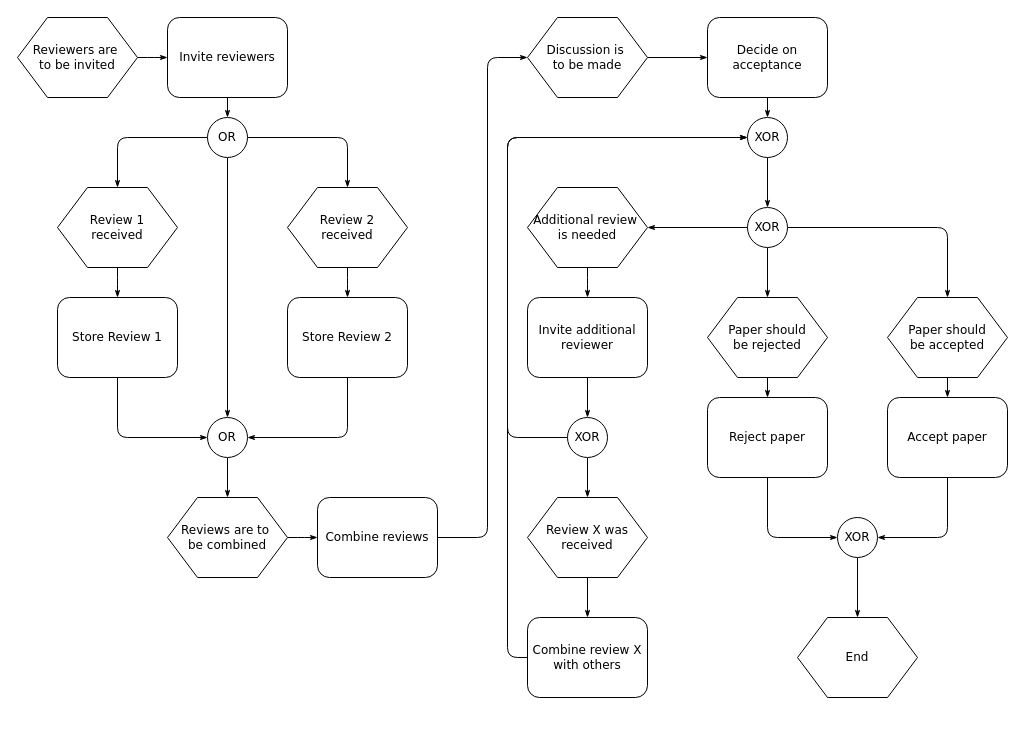
Above: 未命名绘图.drawio in CJH254/automatic-winner (draw.io), before the change. Source tidied: cells renumbered, new cells numbered last; positions are measured from the earlier drawing's top-left corner, leaving out a move shared by most shapes. Both pictures are drawn from the tidied source at 100%, with x=0, y=0 at pixel (17, 17).
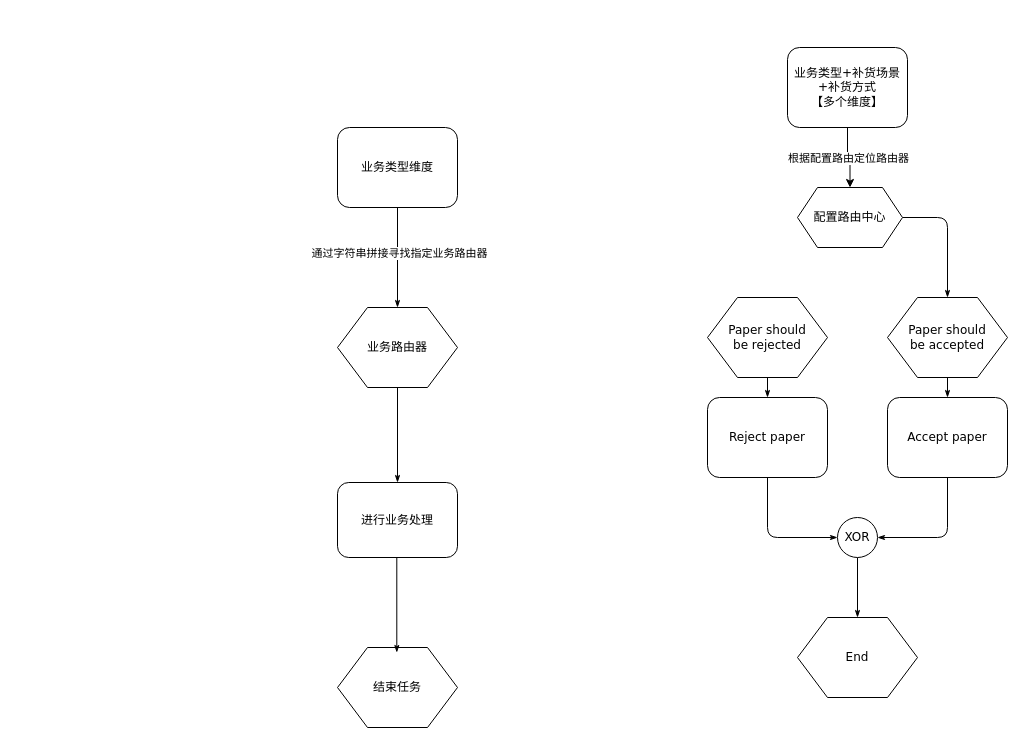
The same page after the edit.

Commit message:
更新未命名绘图.drawio

The change refers to these unchanged cells:
```xml
<mxCell id="39" value="Paper should&lt;div&gt;be rejected&lt;/div&gt;" style="shape=hexagon;perimeter=hexagonPerimeter;whiteSpace=wrap;html=1;rounded=0;shadow=0;labelBackgroundColor=none;strokeWidth=1;fontFamily=Verdana;fontSize=12;align=center;" parent="1" vertex="1">
  <mxGeometry x="690" y="280" width="120" height="80" as="geometry" />
</mxCell>
<mxCell id="41" value="Paper should&lt;div&gt;be accepted&lt;/div&gt;" style="shape=hexagon;perimeter=hexagonPerimeter;whiteSpace=wrap;html=1;rounded=0;shadow=0;labelBackgroundColor=none;strokeWidth=1;fontFamily=Verdana;fontSize=12;align=center;" parent="1" vertex="1">
  <mxGeometry x="870" y="280" width="120" height="80" as="geometry" />
</mxCell>
```

Change to the diagram source:
```diff
@@
-    <mxCell id="2" style="edgeStyle=orthogonalEdgeStyle;rounded=1;html=1;labelBackgroundColor=none;startArrow=none;startFill=0;startSize=5;endArrow=classicThin;endFill=1;endSize=5;jettySize=auto;strokeWidth=1;fontFamily=Verdana;fontSize=8;" parent="1" edge="1" source="3" target="5">
-      <mxGeometry relative="1" as="geometry" />
-    </mxCell>
-    <mxCell id="3" value="Reviewers are&amp;nbsp;&lt;div&gt;to&amp;nbsp;&lt;span&gt;be invited&lt;/span&gt;&lt;/div&gt;" style="shape=hexagon;perimeter=hexagonPerimeter;whiteSpace=wrap;html=1;rounded=0;shadow=0;labelBackgroundColor=none;strokeWidth=1;fontFamily=Verdana;fontSize=12;align=center;" parent="1" vertex="1">
-      <mxGeometry width="120" height="80" as="geometry" />
-    </mxCell>
-    <mxCell id="4" style="edgeStyle=orthogonalEdgeStyle;rounded=1;html=1;labelBackgroundColor=none;startArrow=none;startFill=0;startSize=5;endArrow=classicThin;endFill=1;endSize=5;jettySize=auto;strokeWidth=1;fontFamily=Verdana;fontSize=8;" parent="1" edge="1" source="5" target="9">
+    <mxCell id="4" style="edgeStyle=orthogonalEdgeStyle;rounded=1;html=1;labelBackgroundColor=none;startArrow=none;startFill=0;startSize=5;endArrow=classicThin;endFill=1;endSize=5;jettySize=auto;strokeWidth=1;fontFamily=Verdana;fontSize=8;entryX=0.5;entryY=0;entryDx=0;entryDy=0;" parent="1" edge="1" source="5" target="13">
       <mxGeometry relative="1" as="geometry" />
     </mxCell>
+    <mxCell id="56" value="通过字符串拼接寻找指定业务路由器" style="edgeLabel;html=1;align=center;verticalAlign=middle;" parent="4" vertex="1">
+      <mxGeometry x="-0.13" y="1" relative="1" as="geometry">
+        <mxPoint y="1" as="offset" />
+      </mxGeometry>
+    </mxCell>
-    <mxCell id="5" value="Invite reviewers" style="rounded=1;whiteSpace=wrap;html=1;shadow=0;labelBackgroundColor=none;strokeWidth=1;fontFamily=Verdana;fontSize=12;align=center;" parent="1" vertex="1">
-      <mxGeometry x="150" width="120" height="80" as="geometry" />
+    <mxCell id="5" value="业务类型维度" style="rounded=1;whiteSpace=wrap;html=1;shadow=0;labelBackgroundColor=none;strokeWidth=1;fontFamily=Verdana;fontSize=12;align=center;" parent="1" vertex="1">
+      <mxGeometry x="320" y="110" width="120" height="80" as="geometry" />
     </mxCell>
-    <mxCell id="6" style="edgeStyle=orthogonalEdgeStyle;rounded=1;html=1;labelBackgroundColor=none;startArrow=none;startFill=0;startSize=5;endArrow=classicThin;endFill=1;endSize=5;jettySize=auto;strokeWidth=1;fontFamily=Verdana;fontSize=8;" parent="1" edge="1" source="9" target="13">
-      <mxGeometry relative="1" as="geometry" />
-    </mxCell>
-    <mxCell id="7" style="edgeStyle=orthogonalEdgeStyle;rounded=1;html=1;labelBackgroundColor=none;startArrow=none;startFill=0;startSize=5;endArrow=classicThin;endFill=1;endSize=5;jettySize=auto;strokeWidth=1;fontFamily=Verdana;fontSize=8;" parent="1" edge="1" source="9" target="11">
-      <mxGeometry relative="1" as="geometry" />
-    </mxCell>
-    <mxCell id="8" style="edgeStyle=orthogonalEdgeStyle;rounded=1;html=1;labelBackgroundColor=none;startArrow=none;startFill=0;startSize=5;endArrow=classicThin;endFill=1;endSize=5;jettySize=auto;strokeWidth=1;fontFamily=Verdana;fontSize=12;" parent="1" edge="1" source="9" target="19">
-      <mxGeometry relative="1" as="geometry" />
-    </mxCell>
-    <mxCell id="9" value="OR" style="ellipse;whiteSpace=wrap;html=1;rounded=1;shadow=0;labelBackgroundColor=none;strokeWidth=1;fontFamily=Verdana;fontSize=12;align=center;" parent="1" vertex="1">
-      <mxGeometry x="190" y="100" width="40" height="40" as="geometry" />
-    </mxCell>
-    <mxCell id="10" style="edgeStyle=orthogonalEdgeStyle;rounded=1;html=1;labelBackgroundColor=none;startArrow=none;startFill=0;startSize=5;endArrow=classicThin;endFill=1;endSize=5;jettySize=auto;strokeWidth=1;fontFamily=Verdana;fontSize=8;" parent="1" edge="1" source="11" target="15">
-      <mxGeometry relative="1" as="geometry" />
-    </mxCell>
-    <mxCell id="11" value="Review 1&lt;div&gt;received&lt;/div&gt;" style="shape=hexagon;perimeter=hexagonPerimeter;whiteSpace=wrap;html=1;rounded=0;shadow=0;labelBackgroundColor=none;strokeWidth=1;fontFamily=Verdana;fontSize=12;align=center;" parent="1" vertex="1">
-      <mxGeometry x="40" y="170" width="120" height="80" as="geometry" />
-    </mxCell>
@@
-    <mxCell id="13" value="Review 2&lt;div&gt;received&lt;/div&gt;" style="shape=hexagon;perimeter=hexagonPerimeter;whiteSpace=wrap;html=1;rounded=0;shadow=0;labelBackgroundColor=none;strokeWidth=1;fontFamily=Verdana;fontSize=12;align=center;" parent="1" vertex="1">
-      <mxGeometry x="270" y="170" width="120" height="80" as="geometry" />
+    <mxCell id="13" value="业务路由器" style="shape=hexagon;perimeter=hexagonPerimeter;whiteSpace=wrap;html=1;rounded=0;shadow=0;labelBackgroundColor=none;strokeWidth=1;fontFamily=Verdana;fontSize=12;align=center;" parent="1" vertex="1">
+      <mxGeometry x="320" y="290" width="120" height="80" as="geometry" />
     </mxCell>
-    <mxCell id="14" style="edgeStyle=orthogonalEdgeStyle;rounded=1;html=1;labelBackgroundColor=none;startArrow=none;startFill=0;startSize=5;endArrow=classicThin;endFill=1;endSize=5;jettySize=auto;strokeWidth=1;fontFamily=Verdana;fontSize=8;" parent="1" edge="1" source="15" target="19">
-      <mxGeometry relative="1" as="geometry">
-        <Array as="points">
-          <mxPoint x="100" y="420" />
-        </Array>
-      </mxGeometry>
-    </mxCell>
-    <mxCell id="15" value="Store Review 1" style="rounded=1;whiteSpace=wrap;html=1;shadow=0;labelBackgroundColor=none;strokeWidth=1;fontFamily=Verdana;fontSize=12;align=center;" parent="1" vertex="1">
-      <mxGeometry x="40" y="280" width="120" height="80" as="geometry" />
-    </mxCell>
-    <mxCell id="16" style="edgeStyle=orthogonalEdgeStyle;rounded=1;html=1;labelBackgroundColor=none;startArrow=none;startFill=0;startSize=5;endArrow=classicThin;endFill=1;endSize=5;jettySize=auto;strokeWidth=1;fontFamily=Verdana;fontSize=8;" parent="1" edge="1" source="17" target="19">
-      <mxGeometry relative="1" as="geometry">
-        <Array as="points">
-          <mxPoint x="330" y="420" />
-        </Array>
-      </mxGeometry>
-    </mxCell>
-    <mxCell id="17" value="Store Review 2" style="rounded=1;whiteSpace=wrap;html=1;shadow=0;labelBackgroundColor=none;strokeWidth=1;fontFamily=Verdana;fontSize=12;align=center;" parent="1" vertex="1">
-      <mxGeometry x="270" y="280" width="120" height="80" as="geometry" />
+    <mxCell id="17" value="进行业务处理" style="rounded=1;whiteSpace=wrap;html=1;shadow=0;labelBackgroundColor=none;strokeWidth=1;fontFamily=Verdana;fontSize=12;align=center;" parent="1" vertex="1">
+      <mxGeometry x="320" y="465" width="120" height="75" as="geometry" />
     </mxCell>
-    <mxCell id="18" style="edgeStyle=orthogonalEdgeStyle;rounded=1;html=1;labelBackgroundColor=none;startArrow=none;startFill=0;startSize=5;endArrow=classicThin;endFill=1;endSize=5;jettySize=auto;strokeWidth=1;fontFamily=Verdana;fontSize=8;" parent="1" edge="1" source="19" target="21">
-      <mxGeometry relative="1" as="geometry" />
-    </mxCell>
-    <mxCell id="19" value="OR" style="ellipse;whiteSpace=wrap;html=1;rounded=1;shadow=0;labelBackgroundColor=none;strokeWidth=1;fontFamily=Verdana;fontSize=12;align=center;" parent="1" vertex="1">
-      <mxGeometry x="190" y="400" width="40" height="40" as="geometry" />
-    </mxCell>
-    <mxCell id="20" style="edgeStyle=orthogonalEdgeStyle;rounded=1;html=1;labelBackgroundColor=none;startArrow=none;startFill=0;startSize=5;endArrow=classicThin;endFill=1;endSize=5;jettySize=auto;strokeWidth=1;fontFamily=Verdana;fontSize=8;" parent="1" edge="1" source="21" target="23">
-      <mxGeometry relative="1" as="geometry" />
-    </mxCell>
-    <mxCell id="21" value="Reviews are to&amp;nbsp;&lt;div&gt;be combined&lt;/div&gt;" style="shape=hexagon;perimeter=hexagonPerimeter;whiteSpace=wrap;html=1;rounded=0;shadow=0;labelBackgroundColor=none;strokeWidth=1;fontFamily=Verdana;fontSize=12;align=center;" parent="1" vertex="1">
-      <mxGeometry x="150" y="480" width="120" height="80" as="geometry" />
+    <mxCell id="21" value="结束任务" style="shape=hexagon;perimeter=hexagonPerimeter;whiteSpace=wrap;html=1;rounded=0;shadow=0;labelBackgroundColor=none;strokeWidth=1;fontFamily=Verdana;fontSize=12;align=center;" parent="1" vertex="1">
+      <mxGeometry x="320" y="630" width="120" height="80" as="geometry" />
     </mxCell>
-    <mxCell id="22" style="edgeStyle=orthogonalEdgeStyle;rounded=1;html=1;labelBackgroundColor=none;startArrow=none;startFill=0;startSize=5;endArrow=classicThin;endFill=1;endSize=5;jettySize=auto;strokeWidth=1;fontFamily=Verdana;fontSize=8;" parent="1" edge="1" source="23" target="25">
-      <mxGeometry relative="1" as="geometry">
-        <Array as="points">
-          <mxPoint x="470" y="520" />
-          <mxPoint x="470" y="40" />
-        </Array>
-      </mxGeometry>
-    </mxCell>
-    <mxCell id="23" value="Combine reviews" style="rounded=1;whiteSpace=wrap;html=1;shadow=0;labelBackgroundColor=none;strokeWidth=1;fontFamily=Verdana;fontSize=12;align=center;" parent="1" vertex="1">
-      <mxGeometry x="300" y="480" width="120" height="80" as="geometry" />
-    </mxCell>
-    <mxCell id="24" style="edgeStyle=orthogonalEdgeStyle;rounded=1;html=1;labelBackgroundColor=none;startArrow=none;startFill=0;startSize=5;endArrow=classicThin;endFill=1;endSize=5;jettySize=auto;strokeWidth=1;fontFamily=Verdana;fontSize=8;" parent="1" edge="1" source="25" target="27">
-      <mxGeometry relative="1" as="geometry" />
-    </mxCell>
-    <mxCell id="25" value="Discussion is&amp;nbsp;&lt;div&gt;to be made&lt;/div&gt;" style="shape=hexagon;perimeter=hexagonPerimeter;whiteSpace=wrap;html=1;rounded=0;shadow=0;labelBackgroundColor=none;strokeWidth=1;fontFamily=Verdana;fontSize=12;align=center;" parent="1" vertex="1">
-      <mxGeometry x="510" width="120" height="80" as="geometry" />
-    </mxCell>
-    <mxCell id="26" style="edgeStyle=orthogonalEdgeStyle;rounded=1;html=1;labelBackgroundColor=none;startArrow=none;startFill=0;startSize=5;endArrow=classicThin;endFill=1;endSize=5;jettySize=auto;strokeWidth=1;fontFamily=Verdana;fontSize=8;" parent="1" edge="1" source="27" target="29">
-      <mxGeometry relative="1" as="geometry" />
-    </mxCell>
-    <mxCell id="27" value="Decide on acceptance" style="rounded=1;whiteSpace=wrap;html=1;shadow=0;labelBackgroundColor=none;strokeWidth=1;fontFamily=Verdana;fontSize=12;align=center;" parent="1" vertex="1">
-      <mxGeometry x="690" width="120" height="80" as="geometry" />
-    </mxCell>
-    <mxCell id="28" style="edgeStyle=orthogonalEdgeStyle;rounded=1;html=1;labelBackgroundColor=none;startArrow=none;startFill=0;startSize=5;endArrow=classicThin;endFill=1;endSize=5;jettySize=auto;strokeColor=#000000;strokeWidth=1;fontFamily=Verdana;fontSize=8;fontColor=#000000;" parent="1" edge="1" source="29" target="35">
-      <mxGeometry relative="1" as="geometry" />
-    </mxCell>
-    <mxCell id="29" value="XOR" style="ellipse;whiteSpace=wrap;html=1;rounded=1;shadow=0;labelBackgroundColor=none;strokeWidth=1;fontFamily=Verdana;fontSize=12;align=center;" parent="1" vertex="1">
-      <mxGeometry x="730" y="100" width="40" height="40" as="geometry" />
-    </mxCell>
-    <mxCell id="30" style="edgeStyle=orthogonalEdgeStyle;rounded=1;html=1;labelBackgroundColor=none;startArrow=none;startFill=0;startSize=5;endArrow=classicThin;endFill=1;endSize=5;jettySize=auto;strokeWidth=1;fontFamily=Verdana;fontSize=8;" parent="1" edge="1" source="31" target="37">
-      <mxGeometry relative="1" as="geometry" />
-    </mxCell>
-    <mxCell id="31" value="Additional review&amp;nbsp;&lt;div&gt;is needed&lt;/div&gt;" style="shape=hexagon;perimeter=hexagonPerimeter;whiteSpace=wrap;html=1;rounded=0;shadow=0;labelBackgroundColor=none;strokeWidth=1;fontFamily=Verdana;fontSize=12;align=center;" parent="1" vertex="1">
-      <mxGeometry x="510" y="170" width="120" height="80" as="geometry" />
-    </mxCell>
-    <mxCell id="32" style="edgeStyle=orthogonalEdgeStyle;rounded=1;html=1;labelBackgroundColor=none;startArrow=none;startFill=0;startSize=5;endArrow=classicThin;endFill=1;endSize=5;jettySize=auto;strokeColor=#000000;strokeWidth=1;fontFamily=Verdana;fontSize=8;fontColor=#000000;" parent="1" edge="1" source="35" target="39">
-      <mxGeometry relative="1" as="geometry" />
-    </mxCell>
-    <mxCell id="33" style="edgeStyle=orthogonalEdgeStyle;rounded=1;html=1;labelBackgroundColor=none;startArrow=none;startFill=0;startSize=5;endArrow=classicThin;endFill=1;endSize=5;jettySize=auto;strokeColor=#000000;strokeWidth=1;fontFamily=Verdana;fontSize=8;fontColor=#000000;" parent="1" edge="1" source="35" target="41">
-      <mxGeometry relative="1" as="geometry" />
+    <mxCell id="33" style="edgeStyle=orthogonalEdgeStyle;rounded=1;html=1;labelBackgroundColor=none;startArrow=none;startFill=0;startSize=5;endArrow=classicThin;endFill=1;endSize=5;jettySize=auto;strokeColor=#000000;strokeWidth=1;fontFamily=Verdana;fontSize=8;fontColor=#000000;exitX=1;exitY=0.5;exitDx=0;exitDy=0;" parent="1" edge="1" source="61" target="41">
+      <mxGeometry relative="1" as="geometry">
+        <Array as="points">
+          <mxPoint x="930" y="200" />
+        </Array>
+      </mxGeometry>
     </mxCell>
-    <mxCell id="34" style="edgeStyle=orthogonalEdgeStyle;rounded=1;html=1;labelBackgroundColor=none;startArrow=none;startFill=0;startSize=5;endArrow=classicThin;endFill=1;endSize=5;jettySize=auto;strokeColor=#000000;strokeWidth=1;fontFamily=Verdana;fontSize=8;fontColor=#000000;" parent="1" edge="1" source="35" target="31">
-      <mxGeometry relative="1" as="geometry" />
-    </mxCell>
-    <mxCell id="35" value="XOR" style="ellipse;whiteSpace=wrap;html=1;rounded=1;shadow=0;labelBackgroundColor=none;strokeWidth=1;fontFamily=Verdana;fontSize=12;align=center;" parent="1" vertex="1">
-      <mxGeometry x="730" y="190" width="40" height="40" as="geometry" />
-    </mxCell>
-    <mxCell id="36" style="edgeStyle=orthogonalEdgeStyle;rounded=1;html=1;labelBackgroundColor=none;startArrow=none;startFill=0;startSize=5;endArrow=classicThin;endFill=1;endSize=5;jettySize=auto;strokeWidth=1;fontFamily=Verdana;fontSize=8;" parent="1" edge="1" source="37" target="44">
-      <mxGeometry relative="1" as="geometry" />
-    </mxCell>
-    <mxCell id="37" value="Invite additional reviewer" style="rounded=1;whiteSpace=wrap;html=1;shadow=0;labelBackgroundColor=none;strokeWidth=1;fontFamily=Verdana;fontSize=12;align=center;" parent="1" vertex="1">
-      <mxGeometry x="510" y="280" width="120" height="80" as="geometry" />
-    </mxCell>
@@
-    <mxCell id="42" style="edgeStyle=orthogonalEdgeStyle;rounded=1;html=1;labelBackgroundColor=none;startArrow=none;startFill=0;startSize=5;endArrow=classicThin;endFill=1;endSize=5;jettySize=auto;strokeWidth=1;fontFamily=Verdana;fontSize=8;" parent="1" edge="1" source="44" target="50">
-      <mxGeometry relative="1" as="geometry" />
-    </mxCell>
-    <mxCell id="43" style="edgeStyle=orthogonalEdgeStyle;rounded=1;html=1;labelBackgroundColor=none;startArrow=none;startFill=0;startSize=5;endArrow=classicThin;endFill=1;endSize=5;jettySize=auto;strokeWidth=1;fontFamily=Verdana;fontSize=8;" parent="1" edge="1" source="44" target="29">
-      <mxGeometry relative="1" as="geometry">
-        <Array as="points">
-          <mxPoint x="490" y="420" />
-          <mxPoint x="490" y="120" />
-        </Array>
-      </mxGeometry>
-    </mxCell>
-    <mxCell id="44" value="XOR" style="ellipse;whiteSpace=wrap;html=1;rounded=1;shadow=0;labelBackgroundColor=none;strokeWidth=1;fontFamily=Verdana;fontSize=12;align=center;" parent="1" vertex="1">
-      <mxGeometry x="550" y="400" width="40" height="40" as="geometry" />
-    </mxCell>
@@
-    <mxCell id="49" style="edgeStyle=orthogonalEdgeStyle;rounded=1;html=1;labelBackgroundColor=none;startArrow=none;startFill=0;startSize=5;endArrow=classicThin;endFill=1;endSize=5;jettySize=auto;strokeWidth=1;fontFamily=Verdana;fontSize=8;" parent="1" edge="1" source="50" target="55">
-      <mxGeometry relative="1" as="geometry" />
-    </mxCell>
-    <mxCell id="50" value="Review X was received" style="shape=hexagon;perimeter=hexagonPerimeter;whiteSpace=wrap;html=1;rounded=0;shadow=0;labelBackgroundColor=none;strokeWidth=1;fontFamily=Verdana;fontSize=12;align=center;" parent="1" vertex="1">
-      <mxGeometry x="510" y="480" width="120" height="80" as="geometry" />
-    </mxCell>
@@
-    <mxCell id="54" style="edgeStyle=orthogonalEdgeStyle;rounded=1;html=1;labelBackgroundColor=none;startArrow=none;startFill=0;startSize=5;endArrow=classicThin;endFill=1;endSize=5;jettySize=auto;sstrokeWidth=1;fontFamily=Verdana;fontSize=8;" parent="1" edge="1" source="55" target="29">
-      <mxGeometry relative="1" as="geometry">
-        <Array as="points">
-          <mxPoint x="490" y="640" />
-          <mxPoint x="490" y="120" />
-        </Array>
-      </mxGeometry>
-    </mxCell>
-    <mxCell id="55" value="Combine review X with others" style="rounded=1;whiteSpace=wrap;html=1;shadow=0;labelBackgroundColor=none;strokeWidth=1;fontFamily=Verdana;fontSize=12;align=center;" parent="1" vertex="1">
-      <mxGeometry x="510" y="600" width="120" height="80" as="geometry" />
-    </mxCell>
+    <mxCell id="57" style="edgeStyle=orthogonalEdgeStyle;rounded=1;html=1;labelBackgroundColor=none;startArrow=none;startFill=0;startSize=5;endArrow=classicThin;endFill=1;endSize=5;jettySize=auto;orthogonalLoop=1;strokeWidth=1;fontFamily=Verdana;fontSize=8;" parent="1" edge="1">
+      <mxGeometry relative="1" as="geometry">
+        <mxPoint x="379.3" y="540" as="sourcePoint" />
+        <mxPoint x="379.3" y="635" as="targetPoint" />
+      </mxGeometry>
+    </mxCell>
+    <mxCell id="58" style="edgeStyle=orthogonalEdgeStyle;rounded=0;jettySize=auto;html=1;" parent="1" edge="1" source="60" target="61">
+      <mxGeometry relative="1" as="geometry" />
+    </mxCell>
+    <mxCell id="59" value="根据配置路由定位路由器" style="edgeLabel;html=1;align=center;verticalAlign=middle;" parent="58" vertex="1">
+      <mxGeometry x="-0.05" y="-1" relative="1" as="geometry">
+        <mxPoint y="-1" as="offset" />
+      </mxGeometry>
+    </mxCell>
+    <mxCell id="60" value="业务类型+补货场景+补货方式&lt;br&gt;【多个维度】" style="rounded=1;whiteSpace=wrap;html=1;shadow=0;labelBackgroundColor=none;strokeWidth=1;fontFamily=Verdana;fontSize=12;align=center;" parent="1" vertex="1">
+      <mxGeometry x="770" y="30" width="120" height="80" as="geometry" />
+    </mxCell>
+    <mxCell id="61" value="配置路由中心" style="shape=hexagon;perimeter=hexagonPerimeter2;whiteSpace=wrap;html=1;fixedSize=1;" parent="1" vertex="1">
+      <mxGeometry x="780" y="170" width="105" height="60" as="geometry" />
+    </mxCell>
```
